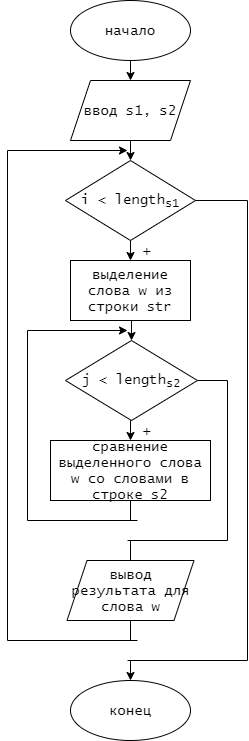
Aprokun/- keeps this draw.io diagram as лр9/укруп.png. Above is the earlier version. Source tidied: cells renumbered, new cells last; positions are measured from the earlier drawing's top-left corner, leaving out a move shared by most shapes. The source it was exported from:
```xml
<mxGraphModel>
  <root>
    <mxCell id="0" />
    <mxCell id="1" parent="0" />
    <mxCell id="2" style="edgeStyle=orthogonalEdgeStyle;rounded=0;jettySize=auto;html=1;exitX=0.5;exitY=1;exitDx=0;exitDy=0;entryX=0.5;entryY=0;entryDx=0;entryDy=0;fontFamily=Lucida Console;fontSize=14;" parent="1" edge="1" source="3" target="5">
      <mxGeometry relative="1" as="geometry" />
    </mxCell>
    <mxCell id="3" value="начало" style="ellipse;whiteSpace=wrap;html=1;fontFamily=Lucida Console;fontSize=14;" parent="1" vertex="1">
      <mxGeometry x="63" width="120" height="60" as="geometry" />
    </mxCell>
    <mxCell id="4" style="edgeStyle=orthogonalEdgeStyle;rounded=0;jettySize=auto;html=1;exitX=0.5;exitY=1;exitDx=0;exitDy=0;entryX=0.5;entryY=0;entryDx=0;entryDy=0;fontFamily=Lucida Console;fontSize=14;" parent="1" edge="1" source="5" target="7">
      <mxGeometry relative="1" as="geometry" />
    </mxCell>
    <mxCell id="5" value="ввод s1, s2" style="shape=parallelogram;perimeter=parallelogramPerimeter;whiteSpace=wrap;html=1;fixedSize=1;fontFamily=Lucida Console;fontSize=14;" parent="1" vertex="1">
      <mxGeometry x="63" y="80" width="120" height="60" as="geometry" />
    </mxCell>
    <mxCell id="6" style="edgeStyle=orthogonalEdgeStyle;rounded=0;jettySize=auto;html=1;exitX=0.5;exitY=1;exitDx=0;exitDy=0;entryX=0.5;entryY=0;entryDx=0;entryDy=0;fontFamily=Lucida Console;fontSize=14;" parent="1" edge="1" source="7" target="9">
      <mxGeometry relative="1" as="geometry" />
    </mxCell>
    <mxCell id="7" value="i &amp;lt; length&lt;sub&gt;s1&lt;/sub&gt;" style="rhombus;whiteSpace=wrap;html=1;fontFamily=Lucida Console;fontSize=14;" parent="1" vertex="1">
      <mxGeometry x="58" y="160" width="130" height="80" as="geometry" />
    </mxCell>
    <mxCell id="8" style="edgeStyle=orthogonalEdgeStyle;rounded=0;jettySize=auto;html=1;exitX=0.5;exitY=1;exitDx=0;exitDy=0;entryX=0.5;entryY=0;entryDx=0;entryDy=0;fontFamily=Lucida Console;fontSize=14;" parent="1" edge="1" source="9" target="11">
      <mxGeometry relative="1" as="geometry" />
    </mxCell>
    <mxCell id="9" value="выделение слова w из строки str" style="rounded=0;whiteSpace=wrap;html=1;fontFamily=Lucida Console;fontSize=14;" parent="1" vertex="1">
      <mxGeometry x="63" y="260" width="120" height="60" as="geometry" />
    </mxCell>
    <mxCell id="10" style="edgeStyle=orthogonalEdgeStyle;rounded=0;jettySize=auto;html=1;exitX=0.5;exitY=1;exitDx=0;exitDy=0;entryX=0.5;entryY=0;entryDx=0;entryDy=0;fontFamily=Lucida Console;fontSize=14;" parent="1" edge="1" source="11" target="12">
      <mxGeometry relative="1" as="geometry" />
    </mxCell>
    <mxCell id="11" value="j &amp;lt; length&lt;sub&gt;s2&lt;/sub&gt;" style="rhombus;whiteSpace=wrap;html=1;fontFamily=Lucida Console;fontSize=14;" parent="1" vertex="1">
      <mxGeometry x="58" y="340" width="132" height="80" as="geometry" />
    </mxCell>
    <mxCell id="12" value="сравнение выделенного слова w со словами в строке s2" style="rounded=0;whiteSpace=wrap;html=1;fontFamily=Lucida Console;fontSize=14;" parent="1" vertex="1">
      <mxGeometry x="43" y="440" width="160" height="60" as="geometry" />
    </mxCell>
    <mxCell id="13" value="+" style="text;html=1;align=center;verticalAlign=middle;fontSize=14;fontFamily=Lucida Console;" parent="1" vertex="1">
      <mxGeometry x="130" y="240" width="20" height="20" as="geometry" />
    </mxCell>
    <mxCell id="14" value="+" style="text;html=1;align=center;verticalAlign=middle;fontSize=14;fontFamily=Lucida Console;" parent="1" vertex="1">
      <mxGeometry x="130" y="420" width="20" height="20" as="geometry" />
    </mxCell>
    <mxCell id="15" style="endArrow=none;html=1;fontFamily=Lucida Console;fontSize=14;entryX=0.5;entryY=1;entryDx=0;entryDy=0;" parent="1" edge="1" target="12">
      <mxGeometry relative="1" as="geometry">
        <mxPoint x="123" y="520" as="sourcePoint" />
      </mxGeometry>
    </mxCell>
    <mxCell id="16" style="endArrow=none;html=1;fontFamily=Lucida Console;fontSize=14;" parent="1" edge="1">
      <mxGeometry relative="1" as="geometry">
        <mxPoint x="20" y="520" as="sourcePoint" />
        <mxPoint x="130" y="520" as="targetPoint" />
      </mxGeometry>
    </mxCell>
    <mxCell id="17" style="endArrow=none;html=1;fontFamily=Lucida Console;fontSize=14;" parent="1" edge="1">
      <mxGeometry relative="1" as="geometry">
        <mxPoint x="20" y="520" as="sourcePoint" />
        <mxPoint x="20" y="330" as="targetPoint" />
      </mxGeometry>
    </mxCell>
    <mxCell id="18" style="endArrow=classic;html=1;fontFamily=Lucida Console;fontSize=14;" parent="1" edge="1">
      <mxGeometry relative="1" as="geometry">
        <mxPoint x="20" y="330" as="sourcePoint" />
        <mxPoint x="120" y="330" as="targetPoint" />
      </mxGeometry>
    </mxCell>
    <mxCell id="19" style="endArrow=none;html=1;fontFamily=Lucida Console;fontSize=14;entryX=1;entryY=0.5;entryDx=0;entryDy=0;" parent="1" edge="1" target="11">
      <mxGeometry relative="1" as="geometry">
        <mxPoint x="220" y="380" as="sourcePoint" />
      </mxGeometry>
    </mxCell>
    <mxCell id="20" style="endArrow=none;html=1;fontFamily=Lucida Console;fontSize=14;" parent="1" edge="1">
      <mxGeometry relative="1" as="geometry">
        <mxPoint x="220" y="540" as="sourcePoint" />
        <mxPoint x="220" y="380" as="targetPoint" />
      </mxGeometry>
    </mxCell>
    <mxCell id="21" style="endArrow=none;html=1;fontFamily=Lucida Console;fontSize=14;" parent="1" edge="1">
      <mxGeometry relative="1" as="geometry">
        <mxPoint x="220" y="540" as="sourcePoint" />
        <mxPoint x="120" y="540" as="targetPoint" />
      </mxGeometry>
    </mxCell>
    <mxCell id="22" style="endArrow=none;html=1;fontFamily=Lucida Console;fontSize=14;" parent="1" edge="1">
      <mxGeometry relative="1" as="geometry">
        <mxPoint y="640" as="sourcePoint" />
        <mxPoint y="150" as="targetPoint" />
      </mxGeometry>
    </mxCell>
    <mxCell id="23" style="endArrow=classic;html=1;fontFamily=Lucida Console;fontSize=14;" parent="1" edge="1">
      <mxGeometry relative="1" as="geometry">
        <mxPoint y="150" as="sourcePoint" />
        <mxPoint x="120" y="150" as="targetPoint" />
      </mxGeometry>
    </mxCell>
    <mxCell id="24" style="endArrow=none;html=1;fontFamily=Lucida Console;fontSize=14;entryX=0.5;entryY=0;entryDx=0;entryDy=0;" parent="1" edge="1" target="25">
      <mxGeometry relative="1" as="geometry">
        <mxPoint x="123" y="540" as="sourcePoint" />
      </mxGeometry>
    </mxCell>
    <mxCell id="25" value="вывод результата для слова w" style="shape=parallelogram;perimeter=parallelogramPerimeter;whiteSpace=wrap;html=1;fixedSize=1;fontFamily=Lucida Console;fontSize=14;" parent="1" vertex="1">
      <mxGeometry x="59.5" y="560" width="127" height="60" as="geometry" />
    </mxCell>
    <mxCell id="26" style="endArrow=none;html=1;fontFamily=Lucida Console;fontSize=14;entryX=0.5;entryY=1;entryDx=0;entryDy=0;" parent="1" edge="1" target="25">
      <mxGeometry relative="1" as="geometry">
        <mxPoint x="123" y="640" as="sourcePoint" />
      </mxGeometry>
    </mxCell>
    <mxCell id="27" style="endArrow=none;html=1;fontFamily=Lucida Console;fontSize=14;" parent="1" edge="1">
      <mxGeometry relative="1" as="geometry">
        <mxPoint y="640" as="sourcePoint" />
        <mxPoint x="130" y="640" as="targetPoint" />
      </mxGeometry>
    </mxCell>
    <mxCell id="28" style="endArrow=none;html=1;fontFamily=Lucida Console;fontSize=14;entryX=1;entryY=0.5;entryDx=0;entryDy=0;" parent="1" edge="1" target="7">
      <mxGeometry relative="1" as="geometry">
        <mxPoint x="240" y="200" as="sourcePoint" />
      </mxGeometry>
    </mxCell>
    <mxCell id="29" style="endArrow=none;html=1;fontFamily=Lucida Console;fontSize=14;" parent="1" edge="1">
      <mxGeometry relative="1" as="geometry">
        <mxPoint x="240" y="660" as="sourcePoint" />
        <mxPoint x="240" y="200" as="targetPoint" />
      </mxGeometry>
    </mxCell>
    <mxCell id="30" style="endArrow=none;html=1;fontFamily=Lucida Console;fontSize=14;" parent="1" edge="1">
      <mxGeometry relative="1" as="geometry">
        <mxPoint x="120" y="660" as="sourcePoint" />
        <mxPoint x="240" y="660" as="targetPoint" />
      </mxGeometry>
    </mxCell>
    <mxCell id="31" value="конец" style="ellipse;whiteSpace=wrap;html=1;fontFamily=Lucida Console;fontSize=14;" parent="1" vertex="1">
      <mxGeometry x="63" y="680" width="120" height="60" as="geometry" />
    </mxCell>
    <mxCell id="32" style="endArrow=classic;html=1;fontFamily=Lucida Console;fontSize=14;entryX=0.5;entryY=0;entryDx=0;entryDy=0;" parent="1" edge="1" target="31">
      <mxGeometry relative="1" as="geometry">
        <mxPoint x="123" y="660" as="sourcePoint" />
      </mxGeometry>
    </mxCell>
  </root>
</mxGraphModel>
```
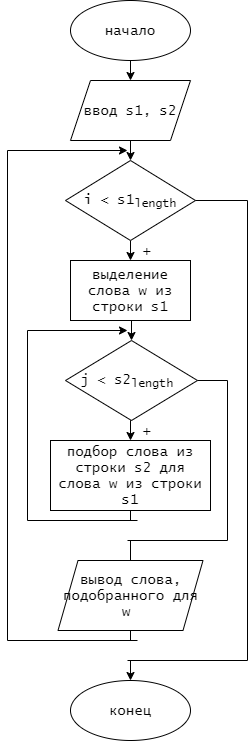
The same diagram one commit later.

The edit, as a diff of the source:
```diff
@@ -17,23 +17,23 @@
     <mxCell id="6" style="edgeStyle=orthogonalEdgeStyle;rounded=0;jettySize=auto;html=1;exitX=0.5;exitY=1;exitDx=0;exitDy=0;entryX=0.5;entryY=0;entryDx=0;entryDy=0;fontFamily=Lucida Console;fontSize=14;" parent="1" edge="1" source="7" target="9">
       <mxGeometry relative="1" as="geometry" />
     </mxCell>
-    <mxCell id="7" value="i &amp;lt; length&lt;sub&gt;s1&lt;/sub&gt;" style="rhombus;whiteSpace=wrap;html=1;fontFamily=Lucida Console;fontSize=14;" parent="1" vertex="1">
+    <mxCell id="7" value="i &amp;lt; s1&lt;sub&gt;length&lt;/sub&gt;" style="rhombus;whiteSpace=wrap;html=1;fontFamily=Lucida Console;fontSize=14;" parent="1" vertex="1">
       <mxGeometry x="58" y="160" width="130" height="80" as="geometry" />
     </mxCell>
     <mxCell id="8" style="edgeStyle=orthogonalEdgeStyle;rounded=0;jettySize=auto;html=1;exitX=0.5;exitY=1;exitDx=0;exitDy=0;entryX=0.5;entryY=0;entryDx=0;entryDy=0;fontFamily=Lucida Console;fontSize=14;" parent="1" edge="1" source="9" target="11">
       <mxGeometry relative="1" as="geometry" />
     </mxCell>
-    <mxCell id="9" value="выделение слова w из строки str" style="rounded=0;whiteSpace=wrap;html=1;fontFamily=Lucida Console;fontSize=14;" parent="1" vertex="1">
+    <mxCell id="9" value="выделение слова w из строки s1" style="rounded=0;whiteSpace=wrap;html=1;fontFamily=Lucida Console;fontSize=14;" parent="1" vertex="1">
       <mxGeometry x="63" y="260" width="120" height="60" as="geometry" />
     </mxCell>
     <mxCell id="10" style="edgeStyle=orthogonalEdgeStyle;rounded=0;jettySize=auto;html=1;exitX=0.5;exitY=1;exitDx=0;exitDy=0;entryX=0.5;entryY=0;entryDx=0;entryDy=0;fontFamily=Lucida Console;fontSize=14;" parent="1" edge="1" source="11" target="12">
       <mxGeometry relative="1" as="geometry" />
     </mxCell>
-    <mxCell id="11" value="j &amp;lt; length&lt;sub&gt;s2&lt;/sub&gt;" style="rhombus;whiteSpace=wrap;html=1;fontFamily=Lucida Console;fontSize=14;" parent="1" vertex="1">
+    <mxCell id="11" value="j &amp;lt; s2&lt;sub&gt;length&lt;/sub&gt;&amp;nbsp;" style="rhombus;whiteSpace=wrap;html=1;fontFamily=Lucida Console;fontSize=14;" parent="1" vertex="1">
       <mxGeometry x="58" y="340" width="132" height="80" as="geometry" />
     </mxCell>
-    <mxCell id="12" value="сравнение выделенного слова w со словами в строке s2" style="rounded=0;whiteSpace=wrap;html=1;fontFamily=Lucida Console;fontSize=14;" parent="1" vertex="1">
-      <mxGeometry x="43" y="440" width="160" height="60" as="geometry" />
+    <mxCell id="12" value="подбор слова из строки s2 для слова w из строки s1" style="rounded=0;whiteSpace=wrap;html=1;fontFamily=Lucida Console;fontSize=14;" parent="1" vertex="1">
+      <mxGeometry x="43" y="440" width="160" height="70" as="geometry" />
     </mxCell>
     <mxCell id="13" value="+" style="text;html=1;align=center;verticalAlign=middle;fontSize=14;fontFamily=Lucida Console;" parent="1" vertex="1">
       <mxGeometry x="130" y="240" width="20" height="20" as="geometry" />
@@ -98,8 +98,8 @@
         <mxPoint x="123" y="540" as="sourcePoint" />
       </mxGeometry>
     </mxCell>
-    <mxCell id="25" value="вывод результата для слова w" style="shape=parallelogram;perimeter=parallelogramPerimeter;whiteSpace=wrap;html=1;fixedSize=1;fontFamily=Lucida Console;fontSize=14;" parent="1" vertex="1">
-      <mxGeometry x="59.5" y="560" width="127" height="60" as="geometry" />
+    <mxCell id="25" value="вывод слова, подобранного для w&amp;nbsp;" style="shape=parallelogram;perimeter=parallelogramPerimeter;whiteSpace=wrap;html=1;fixedSize=1;fontFamily=Lucida Console;fontSize=14;" parent="1" vertex="1">
+      <mxGeometry x="50.5" y="560" width="145" height="70" as="geometry" />
     </mxCell>
     <mxCell id="26" style="endArrow=none;html=1;fontFamily=Lucida Console;fontSize=14;entryX=0.5;entryY=1;entryDx=0;entryDy=0;" parent="1" edge="1" target="25">
       <mxGeometry relative="1" as="geometry">
```
